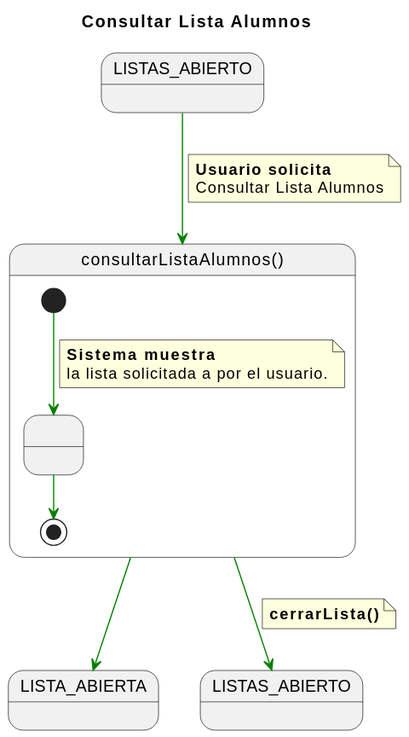
Before: documents/CasosDeUso/DetalladoCasosDeUso/Secretaria/consultarListaAlumnos.svg, a diagram exported from PlantUML (enmabry/25-26-IdSw1-SdR). Its diagram source:
```plantuml
@startuml
title Consultar Lista Alumnos

skinparam linetype polyline

state startState as "LISTAS_ABIERTO"
state endState1 as "LISTA_ABIERTA"
state endState2 as "LISTAS_ABIERTO"

startState -[#green]-> abrirLista
note on link
    <b>Usuario solicita</b>
    Consultar Lista Alumnos
end note

state abrirLista as "consultarListaAlumnos()" {
    state MostrarLista as " "

    [*] -[#green]-> MostrarLista
    note on link
        <b>Sistema muestra</b>
        la lista solicitada a por el usuario.
    end note

    MostrarLista -[#green]-> [*]
}

abrirLista -[#green]-> endState1


abrirLista -[#green]-> endState2
note on link
    <b>cerrarLista()</b>
end note
@enduml
```
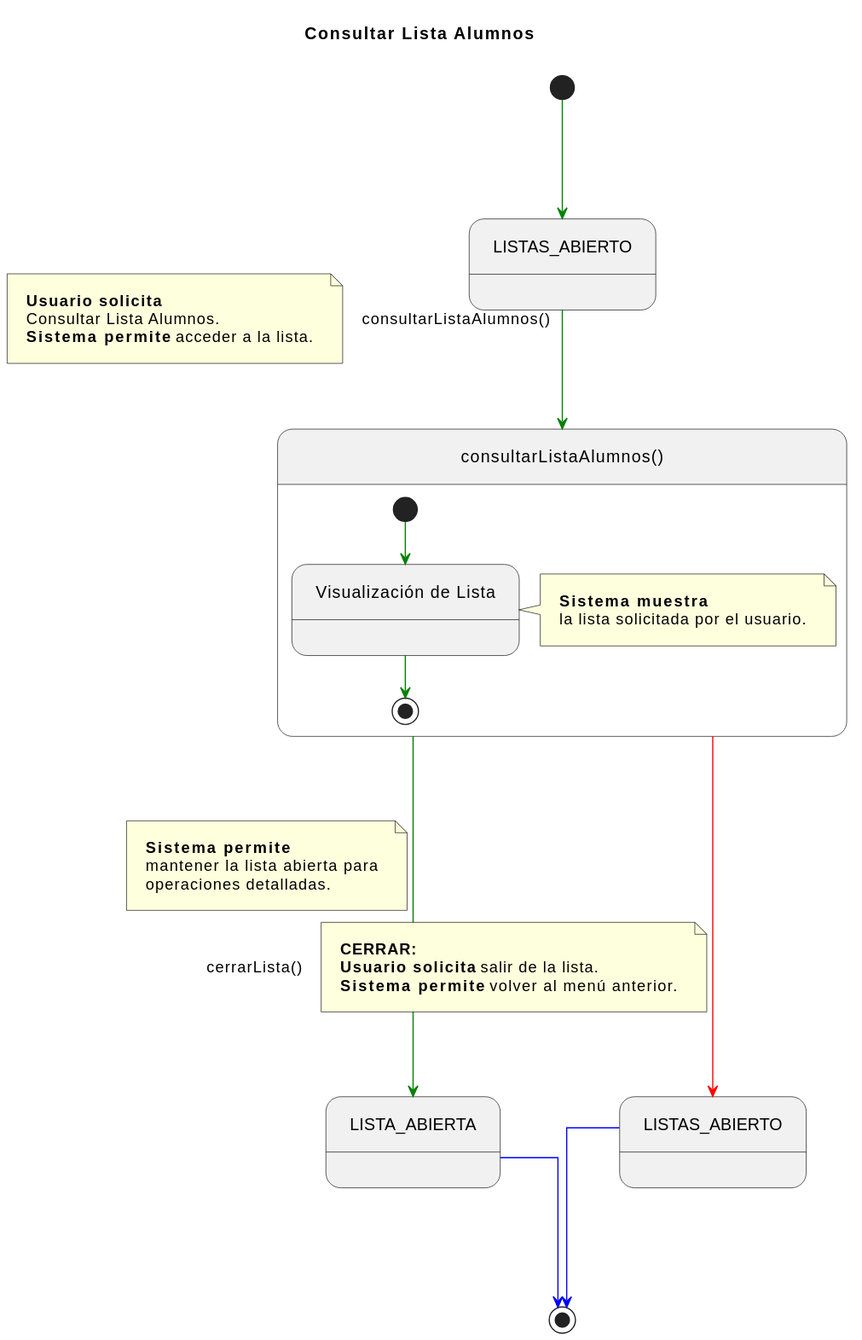
After the change.

Diff of the diagram source:
```diff
@@ -1,35 +1,52 @@
 @startuml
 title Consultar Lista Alumnos
 
-skinparam linetype polyline
+skinparam nodesep 100
+skinparam ranksep 100
+skinparam linetype ortho
+skinparam Padding 10
 
-state startState as "LISTAS_ABIERTO"
-state endState1 as "LISTA_ABIERTA"
-state endState2 as "LISTAS_ABIERTO"
+state LISTAS_ABIERTO_INICIAL as "LISTAS_ABIERTO"
+state CONSULTAR_LISTA_COMP   as "consultarListaAlumnos()"
+state LISTA_ABIERTA_FINAL    as "LISTA_ABIERTA"
+state LISTAS_ABIERTO_RETORNO as "LISTAS_ABIERTO"
 
-startState -[#green]-> abrirLista
-note on link
+[*] -[#green]-> LISTAS_ABIERTO_INICIAL
+
+LISTAS_ABIERTO_INICIAL -[#green]-> CONSULTAR_LISTA_COMP : consultarListaAlumnos()
+note left on link
     <b>Usuario solicita</b>
-    Consultar Lista Alumnos
+    Consultar Lista Alumnos.
+    <b>Sistema permite</b> acceder a la lista.
 end note
 
-state abrirLista as "consultarListaAlumnos()" {
-    state MostrarLista as " "
+state CONSULTAR_LISTA_COMP {
+    state MostrarLista as "Visualización de Lista"
 
     [*] -[#green]-> MostrarLista
-    note on link
+
+    note right of MostrarLista
         <b>Sistema muestra</b>
-        la lista solicitada a por el usuario.
+        la lista solicitada por el usuario.
     end note
 
     MostrarLista -[#green]-> [*]
 }
 
-abrirLista -[#green]-> endState1
+CONSULTAR_LISTA_COMP -[#green]---> LISTA_ABIERTA_FINAL
+note left on link
+    <b>Sistema permite</b>
+    mantener la lista abierta para
+    operaciones detalladas.
+end note
 
+CONSULTAR_LISTA_COMP -[#red]---> LISTAS_ABIERTO_RETORNO : cerrarLista()
+note right on link
+    <b>CERRAR:</b>
+    <b>Usuario solicita</b> salir de la lista.
+    <b>Sistema permite</b> volver al menú anterior.
+end note
 
-abrirLista -[#green]-> endState2
-note on link
-    <b>cerrarLista()</b>
-end note
+LISTA_ABIERTA_FINAL -[#blue]-> [*]
+LISTAS_ABIERTO_RETORNO -[#blue]-> [*]
 @enduml
```
